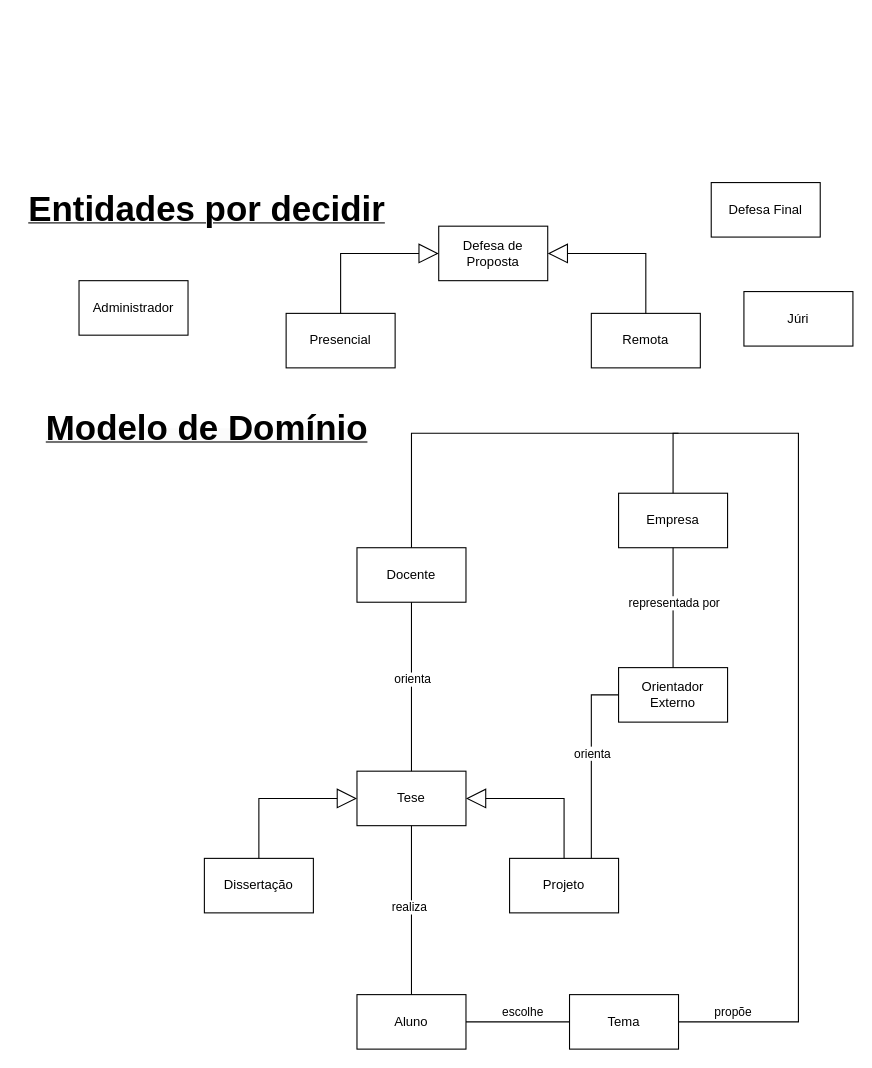
The draw.io diagram docs/DomainModel.drawio in Sapientia-PT/thesisman, before the edit. Source tidied: cells renumbered, new cells numbered last; positions are measured from the earlier drawing's top-left corner, leaving out a move shared by most shapes. Both pictures are drawn from the tidied source at 109%, with x=0, y=0 at pixel (19, 182).
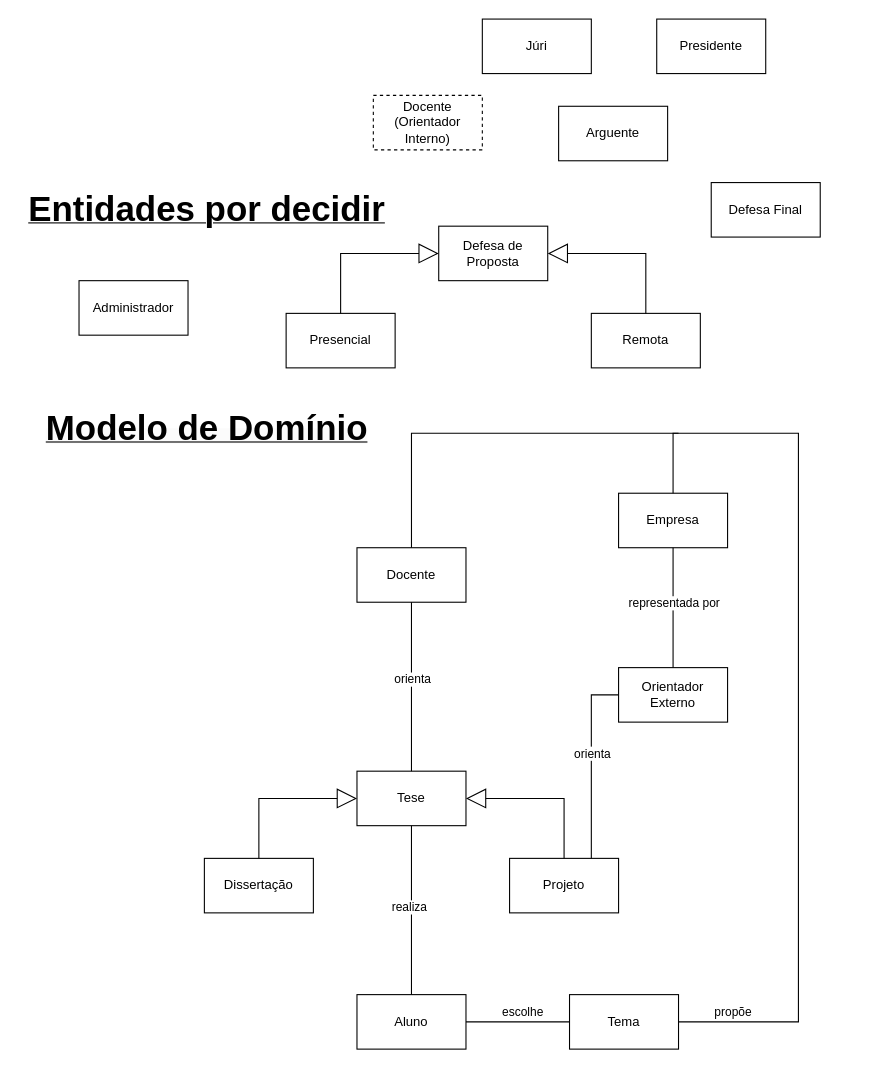
The same diagram, later.

Commit message:
Added 2 new objects related to 'Juri', 'Arguente' and 'Presidente'

What changed in the source:
```diff
@@
     <mxCell id="28" value="Júri" style="html=1;whiteSpace=wrap;" parent="1" vertex="1">
-      <mxGeometry x="665" y="100" width="100" height="50" as="geometry" />
+      <mxGeometry x="425" y="-150" width="100" height="50" as="geometry" />
     </mxCell>
@@
+    <mxCell id="35" value="Arguente" style="html=1;whiteSpace=wrap;" parent="1" vertex="1">
+      <mxGeometry x="495" y="-70" width="100" height="50" as="geometry" />
+    </mxCell>
+    <mxCell id="36" value="Docente (Orientador Interno)" style="html=1;whiteSpace=wrap;dashed=1;" parent="1" vertex="1">
+      <mxGeometry x="325" y="-80" width="100" height="50" as="geometry" />
+    </mxCell>
+    <mxCell id="37" value="Presidente" style="html=1;whiteSpace=wrap;" parent="1" vertex="1">
+      <mxGeometry x="585" y="-150" width="100" height="50" as="geometry" />
+    </mxCell>
```
